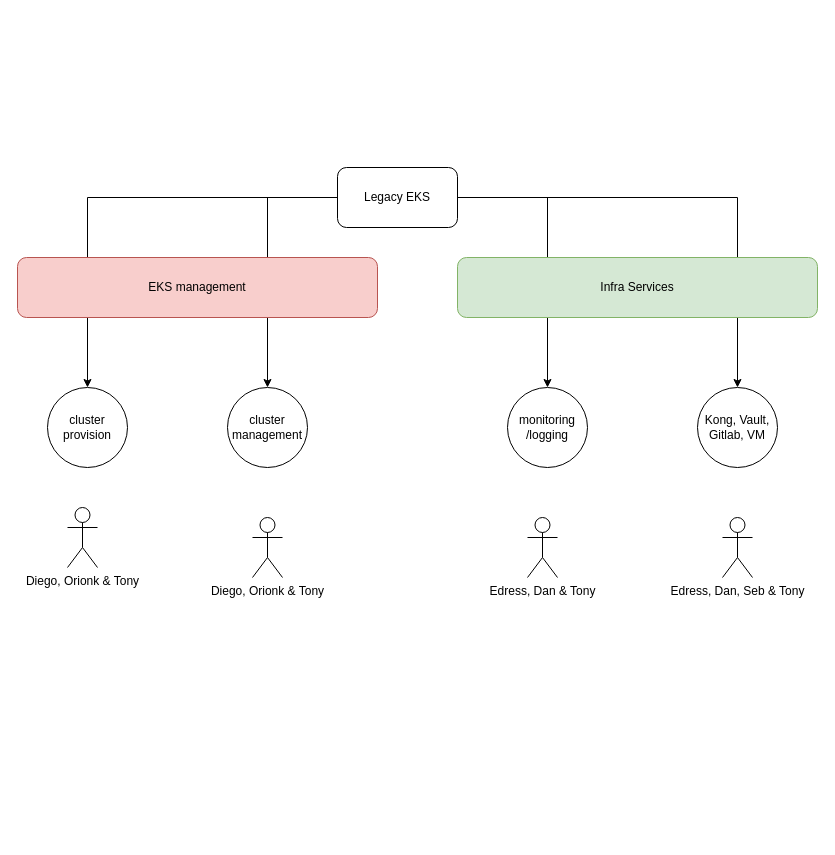
jiangtao7/draw.io keeps this draw.io diagram as duty_map.drawio. Above is the earlier version. Source tidied: cells renumbered, new cells numbered last; positions are measured from the earlier drawing's top-left corner, leaving out a move shared by most shapes. Both pictures are drawn from the tidied source at 100%, with x=0, y=0 at pixel (17, 167).
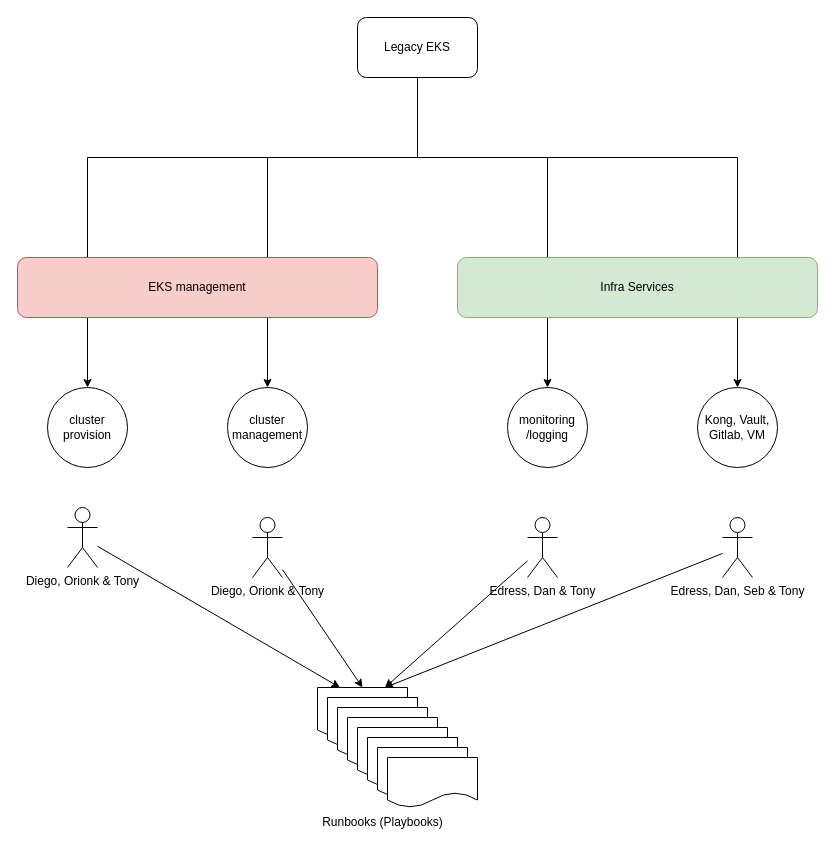
The same diagram, later.

The change refers to these unchanged cells:
```xml
<mxCell id="7" value="cluster provision" style="ellipse;whiteSpace=wrap;html=1;" parent="1" vertex="1">
  <mxGeometry x="30" y="220" width="80" height="80" as="geometry" />
</mxCell>
<mxCell id="8" value="cluster management" style="ellipse;whiteSpace=wrap;html=1;" parent="1" vertex="1">
  <mxGeometry x="210" y="220" width="80" height="80" as="geometry" />
</mxCell>
<mxCell id="9" value="monitoring&lt;br&gt;/logging" style="ellipse;whiteSpace=wrap;html=1;" parent="1" vertex="1">
  <mxGeometry x="490" y="220" width="80" height="80" as="geometry" />
</mxCell>
<mxCell id="10" value="Kong, Vault, Gitlab, VM" style="ellipse;whiteSpace=wrap;html=1;" parent="1" vertex="1">
  <mxGeometry x="680" y="220" width="80" height="80" as="geometry" />
</mxCell>
<mxCell id="11" value="Diego, Orionk &amp;amp; Tony" style="shape=umlActor;verticalLabelPosition=bottom;verticalAlign=top;html=1;outlineConnect=0;" parent="1" vertex="1">
  <mxGeometry x="50" y="340" width="30" height="60" as="geometry" />
</mxCell>
<mxCell id="12" value="Diego, Orionk &amp;amp; Tony" style="shape=umlActor;verticalLabelPosition=bottom;verticalAlign=top;html=1;outlineConnect=0;" parent="1" vertex="1">
  <mxGeometry x="235" y="350" width="30" height="60" as="geometry" />
</mxCell>
<mxCell id="13" value="Edress, Dan &amp;amp; Tony" style="shape=umlActor;verticalLabelPosition=bottom;verticalAlign=top;html=1;outlineConnect=0;" parent="1" vertex="1">
  <mxGeometry x="510" y="350" width="30" height="60" as="geometry" />
</mxCell>
<mxCell id="14" value="Edress, Dan, Seb &amp;amp; Tony" style="shape=umlActor;verticalLabelPosition=bottom;verticalAlign=top;html=1;outlineConnect=0;" parent="1" vertex="1">
  <mxGeometry x="705" y="350" width="30" height="60" as="geometry" />
</mxCell>
```

The edit, as a diff of the source:
```diff
@@
     <mxCell id="2" style="edgeStyle=orthogonalEdgeStyle;rounded=0;jettySize=auto;html=1;entryX=0.5;entryY=0;entryDx=0;entryDy=0;" parent="1" edge="1" source="6" target="7">
-      <mxGeometry relative="1" as="geometry" />
+      <mxGeometry relative="1" as="geometry">
+        <Array as="points">
+          <mxPoint x="400" y="-10" />
+          <mxPoint x="70" y="-10" />
+        </Array>
+      </mxGeometry>
     </mxCell>
     <mxCell id="3" style="edgeStyle=orthogonalEdgeStyle;rounded=0;jettySize=auto;html=1;entryX=0.5;entryY=0;entryDx=0;entryDy=0;" parent="1" edge="1" source="6" target="8">
-      <mxGeometry relative="1" as="geometry" />
+      <mxGeometry relative="1" as="geometry">
+        <Array as="points">
+          <mxPoint x="400" y="-10" />
+          <mxPoint x="250" y="-10" />
+        </Array>
+      </mxGeometry>
     </mxCell>
     <mxCell id="4" style="edgeStyle=orthogonalEdgeStyle;rounded=0;jettySize=auto;html=1;entryX=0.5;entryY=0;entryDx=0;entryDy=0;" parent="1" edge="1" source="6" target="9">
-      <mxGeometry relative="1" as="geometry" />
+      <mxGeometry relative="1" as="geometry">
+        <Array as="points">
+          <mxPoint x="400" y="-10" />
+          <mxPoint x="530" y="-10" />
+        </Array>
+      </mxGeometry>
     </mxCell>
     <mxCell id="5" style="edgeStyle=orthogonalEdgeStyle;rounded=0;jettySize=auto;html=1;entryX=0.5;entryY=0;entryDx=0;entryDy=0;" parent="1" edge="1" source="6" target="10">
-      <mxGeometry relative="1" as="geometry" />
+      <mxGeometry relative="1" as="geometry">
+        <Array as="points">
+          <mxPoint x="400" y="-10" />
+          <mxPoint x="720" y="-10" />
+        </Array>
+      </mxGeometry>
     </mxCell>
     <mxCell id="6" value="Legacy EKS" style="rounded=1;whiteSpace=wrap;html=1;" parent="1" vertex="1">
-      <mxGeometry x="320" width="120" height="60" as="geometry" />
+      <mxGeometry x="340" y="-150" width="120" height="60" as="geometry" />
     </mxCell>
@@
+    <mxCell id="17" style="edgeStyle=none;rounded=0;jettySize=auto;html=1;entryX=0.25;entryY=0;entryDx=0;entryDy=0;" parent="1" edge="1" source="11" target="21">
+      <mxGeometry relative="1" as="geometry" />
+    </mxCell>
@@
+    <mxCell id="18" style="edgeStyle=none;rounded=0;jettySize=auto;html=1;entryX=0.5;entryY=0;entryDx=0;entryDy=0;" parent="1" edge="1" source="12" target="21">
+      <mxGeometry relative="1" as="geometry" />
+    </mxCell>
@@
+    <mxCell id="19" style="edgeStyle=none;rounded=0;jettySize=auto;html=1;entryX=0.75;entryY=0;entryDx=0;entryDy=0;" parent="1" edge="1" source="13" target="21">
+      <mxGeometry relative="1" as="geometry" />
+    </mxCell>
@@
+    <mxCell id="20" style="edgeStyle=none;rounded=0;jettySize=auto;html=1;entryX=0.75;entryY=0;entryDx=0;entryDy=0;" parent="1" edge="1" source="14" target="21">
+      <mxGeometry relative="1" as="geometry" />
+    </mxCell>
@@
+    <mxCell id="21" style="shape=document;whiteSpace=wrap;html=1;boundedLbl=1;" parent="1" vertex="1">
+      <mxGeometry x="300" y="520" width="90" height="50" as="geometry" />
+    </mxCell>
+    <mxCell id="22" style="shape=document;whiteSpace=wrap;html=1;boundedLbl=1;" parent="1" vertex="1">
+      <mxGeometry x="310" y="530" width="90" height="50" as="geometry" />
+    </mxCell>
+    <mxCell id="23" style="shape=document;whiteSpace=wrap;html=1;boundedLbl=1;" parent="1" vertex="1">
+      <mxGeometry x="320" y="540" width="90" height="50" as="geometry" />
+    </mxCell>
+    <mxCell id="24" style="shape=document;whiteSpace=wrap;html=1;boundedLbl=1;" parent="1" vertex="1">
+      <mxGeometry x="330" y="550" width="90" height="50" as="geometry" />
+    </mxCell>
+    <mxCell id="25" style="shape=document;whiteSpace=wrap;html=1;boundedLbl=1;" parent="1" vertex="1">
+      <mxGeometry x="340" y="560" width="90" height="50" as="geometry" />
+    </mxCell>
+    <mxCell id="26" style="shape=document;whiteSpace=wrap;html=1;boundedLbl=1;" parent="1" vertex="1">
+      <mxGeometry x="350" y="570" width="90" height="50" as="geometry" />
+    </mxCell>
+    <mxCell id="27" style="shape=document;whiteSpace=wrap;html=1;boundedLbl=1;" parent="1" vertex="1">
+      <mxGeometry x="360" y="580" width="90" height="50" as="geometry" />
+    </mxCell>
+    <mxCell id="28" style="shape=document;whiteSpace=wrap;html=1;boundedLbl=1;" parent="1" vertex="1">
+      <mxGeometry x="370" y="590" width="90" height="50" as="geometry" />
+    </mxCell>
+    <mxCell id="29" value="Runbooks (Playbooks)" style="text;html=1;align=center;verticalAlign=middle;strokeColor=none;fillColor=none;" parent="1" vertex="1">
+      <mxGeometry x="295" y="640" width="140" height="30" as="geometry" />
+    </mxCell>
```
